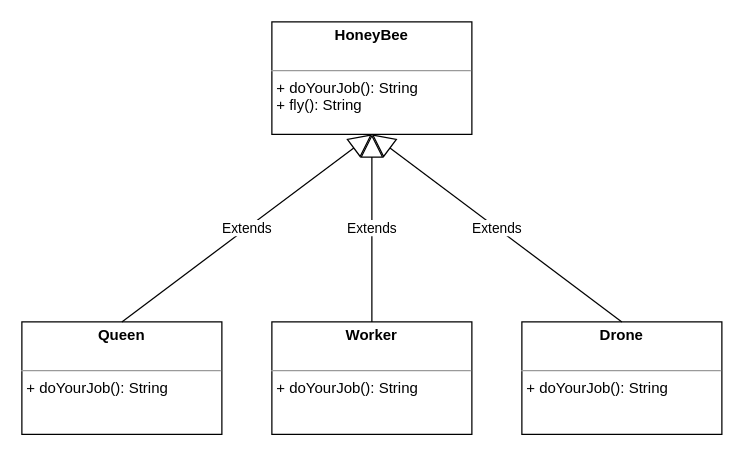
Above: page "HoneyBee" (1 of 3) of honeybee.drawio in Zubair-Eb/06b_Abstract_HoneyBee (draw.io), before the change. Source tidied: cells renumbered, new cells numbered last; positions are measured from the earlier drawing's top-left corner, leaving out a move shared by most shapes. Both pictures are drawn from the tidied source at 125%, with x=0, y=0 at pixel (21, 21).
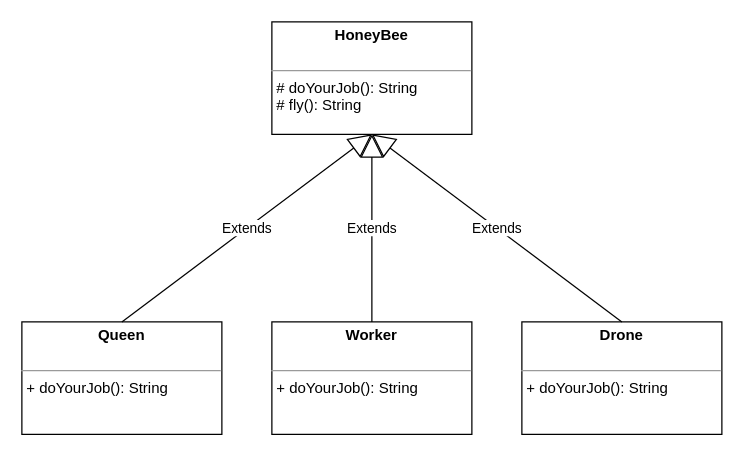
The same page after the edit.

What changed in the source:
```diff
@@
 <mxGraphModel>
   <root>
     <mxCell id="0" />
     <mxCell id="1" parent="0" />
-    <mxCell id="2" value="&lt;p style=&quot;margin: 0px ; margin-top: 4px ; text-align: center&quot;&gt;&lt;b&gt;HoneyBee&lt;/b&gt;&lt;/p&gt;&lt;p style=&quot;margin: 0px ; margin-left: 4px&quot;&gt;&lt;br&gt;&lt;/p&gt;&lt;hr size=&quot;1&quot;&gt;&lt;p style=&quot;margin: 0px ; margin-left: 4px&quot;&gt;+ doYourJob(): String&lt;/p&gt;&lt;p style=&quot;margin: 0px ; margin-left: 4px&quot;&gt;+ fly(): String&lt;/p&gt;" style="verticalAlign=top;align=left;overflow=fill;fontSize=12;fontFamily=Helvetica;html=1;" parent="1" vertex="1">
+    <mxCell id="2" value="&lt;p style=&quot;margin: 0px ; margin-top: 4px ; text-align: center&quot;&gt;&lt;b&gt;HoneyBee&lt;/b&gt;&lt;/p&gt;&lt;p style=&quot;margin: 0px ; margin-left: 4px&quot;&gt;&lt;br&gt;&lt;/p&gt;&lt;hr size=&quot;1&quot;&gt;&lt;p style=&quot;margin: 0px ; margin-left: 4px&quot;&gt;# doYourJob(): String&lt;/p&gt;&lt;p style=&quot;margin: 0px ; margin-left: 4px&quot;&gt;# fly(): String&lt;/p&gt;" style="verticalAlign=top;align=left;overflow=fill;fontSize=12;fontFamily=Helvetica;html=1;" parent="1" vertex="1">
       <mxGeometry x="200" width="160" height="90" as="geometry" />
     </mxCell>
     <mxCell id="3" value="&lt;p style=&quot;margin: 0px ; margin-top: 4px ; text-align: center&quot;&gt;&lt;b&gt;Queen&lt;/b&gt;&lt;/p&gt;&lt;p style=&quot;margin: 0px ; margin-left: 4px&quot;&gt;&lt;br&gt;&lt;/p&gt;&lt;hr size=&quot;1&quot;&gt;&lt;p style=&quot;margin: 0px ; margin-left: 4px&quot;&gt;+ doYourJob(): String&lt;br&gt;&lt;/p&gt;" style="verticalAlign=top;align=left;overflow=fill;fontSize=12;fontFamily=Helvetica;html=1;" parent="1" vertex="1">
       <mxGeometry y="240" width="160" height="90" as="geometry" />
     </mxCell>
     <mxCell id="4" value="Extends" style="endArrow=block;endSize=16;endFill=0;html=1;exitX=0.5;exitY=0;exitDx=0;exitDy=0;entryX=0.5;entryY=1;entryDx=0;entryDy=0;" parent="1" edge="1" source="3" target="2">
       <mxGeometry relative="1" as="geometry" />
     </mxCell>
     <mxCell id="5" value="&lt;p style=&quot;margin: 0px ; margin-top: 4px ; text-align: center&quot;&gt;&lt;b&gt;Worker&lt;/b&gt;&lt;/p&gt;&lt;p style=&quot;margin: 0px ; margin-left: 4px&quot;&gt;&lt;br&gt;&lt;/p&gt;&lt;hr size=&quot;1&quot;&gt;&lt;p style=&quot;margin: 0px ; margin-left: 4px&quot;&gt;+ doYourJob(): String&lt;br&gt;&lt;/p&gt;" style="verticalAlign=top;align=left;overflow=fill;fontSize=12;fontFamily=Helvetica;html=1;" parent="1" vertex="1">
       <mxGeometry x="200" y="240" width="160" height="90" as="geometry" />
     </mxCell>
     <mxCell id="6" value="&lt;p style=&quot;margin: 0px ; margin-top: 4px ; text-align: center&quot;&gt;&lt;b&gt;Drone&lt;/b&gt;&lt;/p&gt;&lt;p style=&quot;margin: 0px ; margin-left: 4px&quot;&gt;&lt;br&gt;&lt;/p&gt;&lt;hr size=&quot;1&quot;&gt;&lt;p style=&quot;margin: 0px ; margin-left: 4px&quot;&gt;+ doYourJob(): String&lt;br&gt;&lt;/p&gt;" style="verticalAlign=top;align=left;overflow=fill;fontSize=12;fontFamily=Helvetica;html=1;" parent="1" vertex="1">
       <mxGeometry x="400" y="240" width="160" height="90" as="geometry" />
     </mxCell>
     <mxCell id="7" value="Extends" style="endArrow=block;endSize=16;endFill=0;html=1;exitX=0.5;exitY=0;exitDx=0;exitDy=0;entryX=0.5;entryY=1;entryDx=0;entryDy=0;" parent="1" edge="1" source="5" target="2">
       <mxGeometry relative="1" as="geometry" />
     </mxCell>
     <mxCell id="8" value="Extends" style="endArrow=block;endSize=16;endFill=0;html=1;exitX=0.5;exitY=0;exitDx=0;exitDy=0;entryX=0.5;entryY=1;entryDx=0;entryDy=0;" parent="1" edge="1" source="6" target="2">
       <mxGeometry relative="1" as="geometry" />
     </mxCell>
   </root>
 </mxGraphModel>
```
